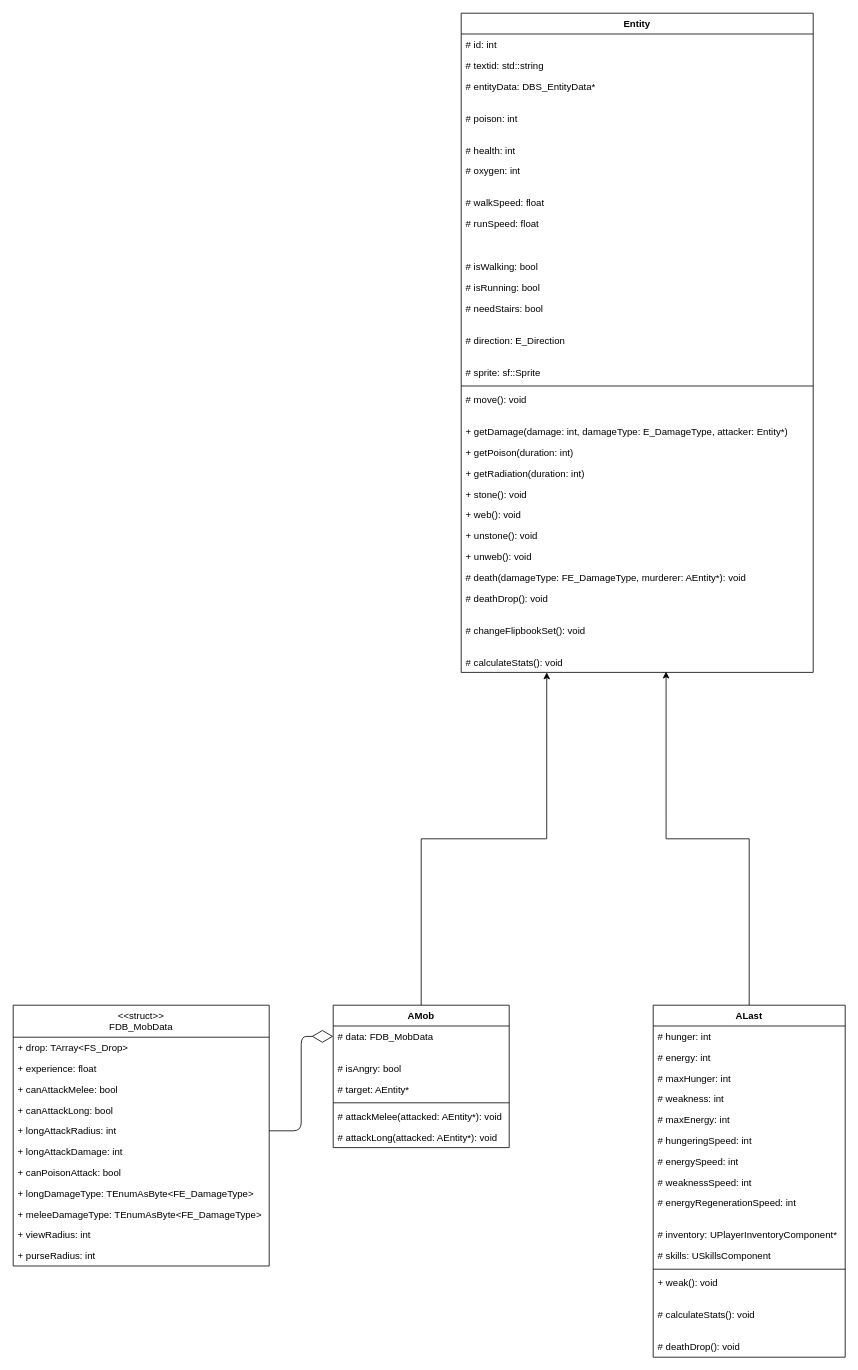
Before: page "Entity" (1 of 3) of Classes.drawio in sqrt-of-minus-one/After_0, a draw.io diagram. Source tidied: cells renumbered, new cells numbered last; positions are measured from the earlier drawing's top-left corner, leaving out a move shared by most shapes. Both pictures are drawn from the tidied source at 80%, with x=0, y=0 at pixel (13, 13).
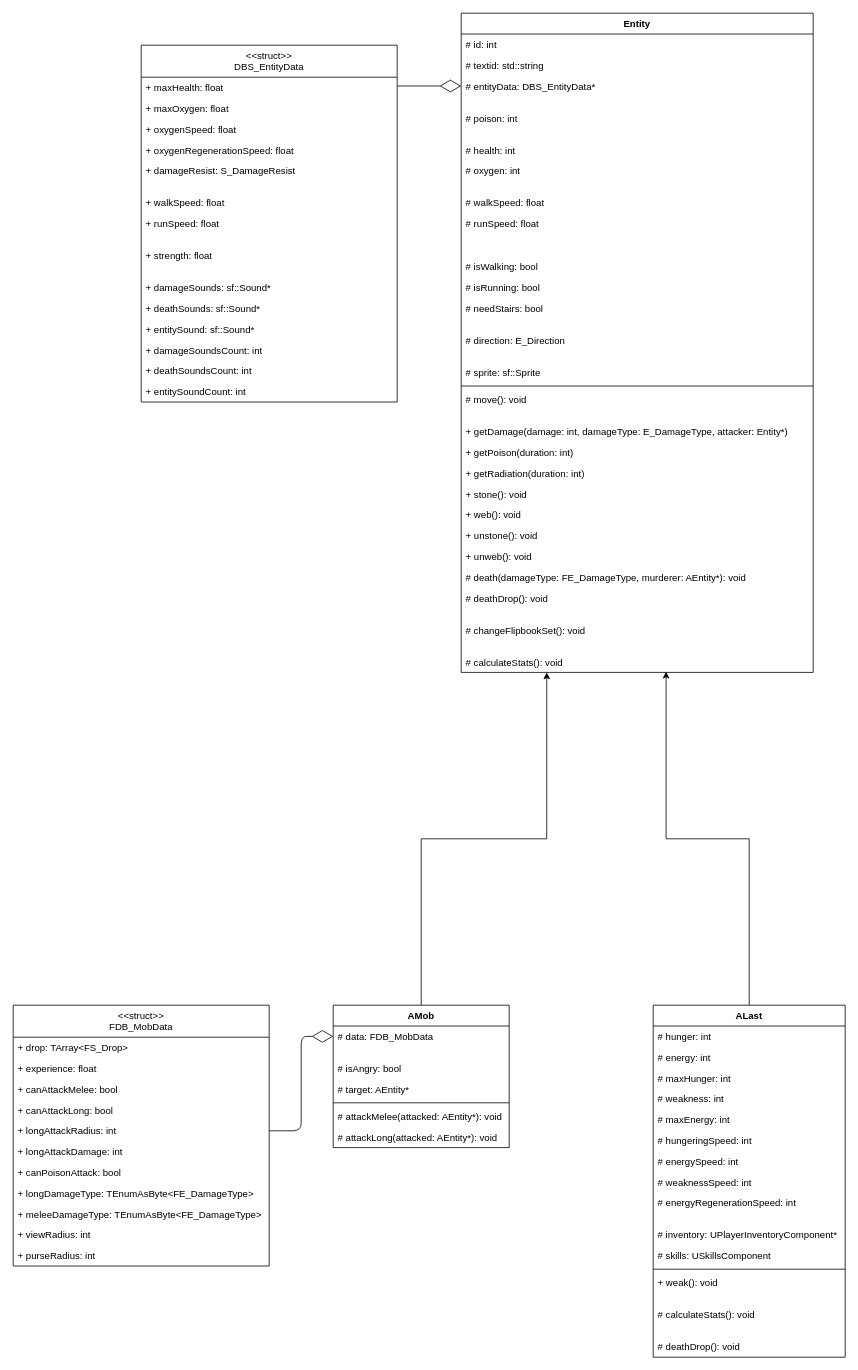
The same page after the edit.

Commit message (it also covers changes not shown here):
Added sound fields to DBS_EntityData

The change refers to these unchanged cells:
```xml
<mxCell id="5" value="# entityData: DBS_EntityData*" style="text;strokeColor=none;fillColor=none;align=left;verticalAlign=top;spacingLeft=4;spacingRight=4;overflow=hidden;points=[[0,0.5],[1,0.5]];portConstraint=eastwest;" parent="2" vertex="1">
  <mxGeometry y="78" width="440" height="26" as="geometry" />
</mxCell>
```

What changed in the source:
```diff
@@
+    <mxCell id="81" value="&lt;&lt;struct&gt;&gt;&#10;DBS_EntityData" style="swimlane;fontStyle=0;horizontal=1;startSize=40;fillColor=none;" parent="1" vertex="1">
+      <mxGeometry x="160" y="40" width="320" height="446" as="geometry" />
+    </mxCell>
+    <mxCell id="82" value="+ maxHealth: float" style="text;strokeColor=none;fillColor=none;align=left;verticalAlign=top;spacingLeft=4;spacingRight=4;overflow=hidden;" parent="81" vertex="1">
+      <mxGeometry y="40" width="320" height="26" as="geometry" />
+    </mxCell>
+    <mxCell id="83" value="+ maxOxygen: float" style="text;strokeColor=none;fillColor=none;align=left;verticalAlign=top;spacingLeft=4;spacingRight=4;overflow=hidden;" parent="81" vertex="1">
+      <mxGeometry y="66" width="320" height="26" as="geometry" />
+    </mxCell>
+    <mxCell id="84" value="+ oxygenSpeed: float" style="text;strokeColor=none;fillColor=none;align=left;verticalAlign=top;spacingLeft=4;spacingRight=4;overflow=hidden;" parent="81" vertex="1">
+      <mxGeometry y="92" width="320" height="26" as="geometry" />
+    </mxCell>
+    <mxCell id="85" value="+ oxygenRegenerationSpeed: float" style="text;strokeColor=none;fillColor=none;align=left;verticalAlign=top;spacingLeft=4;spacingRight=4;overflow=hidden;" parent="81" vertex="1">
+      <mxGeometry y="118" width="320" height="26" as="geometry" />
+    </mxCell>
+    <mxCell id="86" value="+ damageResist: S_DamageResist" style="text;strokeColor=none;fillColor=none;align=left;verticalAlign=top;spacingLeft=4;spacingRight=4;overflow=hidden;" parent="81" vertex="1">
+      <mxGeometry y="144" width="320" height="26" as="geometry" />
+    </mxCell>
+    <mxCell id="87" style="text;strokeColor=none;fillColor=none;align=left;verticalAlign=middle;spacingTop=-1;spacingLeft=4;spacingRight=4;labelPosition=right;" parent="81" vertex="1">
+      <mxGeometry y="170" width="320" height="14" as="geometry" />
+    </mxCell>
+    <mxCell id="88" value="+ walkSpeed: float" style="text;strokeColor=none;fillColor=none;align=left;verticalAlign=top;spacingLeft=4;spacingRight=4;overflow=hidden;" parent="81" vertex="1">
+      <mxGeometry y="184" width="320" height="26" as="geometry" />
+    </mxCell>
+    <mxCell id="89" value="+ runSpeed: float" style="text;strokeColor=none;fillColor=none;align=left;verticalAlign=top;spacingLeft=4;spacingRight=4;overflow=hidden;" parent="81" vertex="1">
+      <mxGeometry y="210" width="320" height="26" as="geometry" />
+    </mxCell>
+    <mxCell id="90" style="text;strokeColor=none;fillColor=none;align=left;verticalAlign=middle;spacingTop=-1;spacingLeft=4;spacingRight=4;labelPosition=right;" parent="81" vertex="1">
+      <mxGeometry y="236" width="320" height="14" as="geometry" />
+    </mxCell>
+    <mxCell id="91" value="+ strength: float" style="text;strokeColor=none;fillColor=none;align=left;verticalAlign=top;spacingLeft=4;spacingRight=4;overflow=hidden;" parent="81" vertex="1">
+      <mxGeometry y="250" width="320" height="26" as="geometry" />
+    </mxCell>
+    <mxCell id="92" style="text;strokeColor=none;fillColor=none;align=left;verticalAlign=middle;spacingTop=-1;spacingLeft=4;spacingRight=4;labelPosition=right;" parent="81" vertex="1">
+      <mxGeometry y="276" width="320" height="14" as="geometry" />
+    </mxCell>
+    <mxCell id="93" value="+ damageSounds: sf::Sound*" style="text;strokeColor=none;fillColor=none;align=left;verticalAlign=top;spacingLeft=4;spacingRight=4;overflow=hidden;" parent="81" vertex="1">
+      <mxGeometry y="290" width="320" height="26" as="geometry" />
+    </mxCell>
+    <mxCell id="94" value="+ deathSounds: sf::Sound*" style="text;strokeColor=none;fillColor=none;align=left;verticalAlign=top;spacingLeft=4;spacingRight=4;overflow=hidden;" parent="81" vertex="1">
+      <mxGeometry y="316" width="320" height="26" as="geometry" />
+    </mxCell>
+    <mxCell id="95" value="+ entitySound: sf::Sound*" style="text;strokeColor=none;fillColor=none;align=left;verticalAlign=top;spacingLeft=4;spacingRight=4;overflow=hidden;" parent="81" vertex="1">
+      <mxGeometry y="342" width="320" height="26" as="geometry" />
+    </mxCell>
+    <mxCell id="96" value="+ damageSoundsCount: int" style="text;strokeColor=none;fillColor=none;align=left;verticalAlign=top;spacingLeft=4;spacingRight=4;overflow=hidden;" parent="81" vertex="1">
+      <mxGeometry y="368" width="320" height="26" as="geometry" />
+    </mxCell>
+    <mxCell id="97" value="+ deathSoundsCount: int" style="text;strokeColor=none;fillColor=none;align=left;verticalAlign=top;spacingLeft=4;spacingRight=4;overflow=hidden;" parent="81" vertex="1">
+      <mxGeometry y="394" width="320" height="26" as="geometry" />
+    </mxCell>
+    <mxCell id="98" value="+ entitySoundCount: int" style="text;strokeColor=none;fillColor=none;align=left;verticalAlign=top;spacingLeft=4;spacingRight=4;overflow=hidden;" parent="81" vertex="1">
+      <mxGeometry y="420" width="320" height="26" as="geometry" />
+    </mxCell>
@@
+    <mxCell id="99" style="endArrow=diamondThin;endFill=0;endSize=24;html=1;entryX=0;entryY=0.5;entryDx=0;entryDy=0;" parent="1" edge="1" target="5">
+      <mxGeometry relative="1" as="geometry">
+        <mxPoint x="480" y="91" as="sourcePoint" />
+      </mxGeometry>
+    </mxCell>
```
